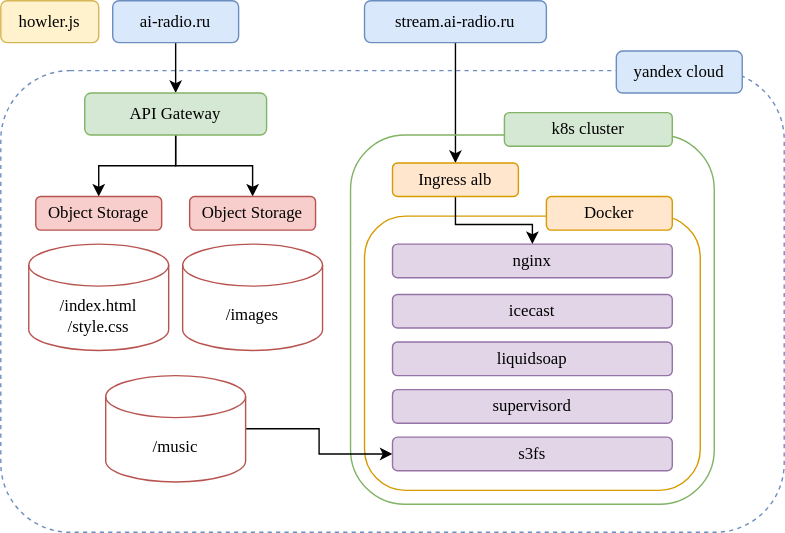
Above: docs/ai-radio.drawio.svg in valeter/ai-radio (draw.io), before the change. Source tidied: cells renumbered, new cells last; positions are measured from the earlier drawing's top-left corner, leaving out a move shared by most shapes.
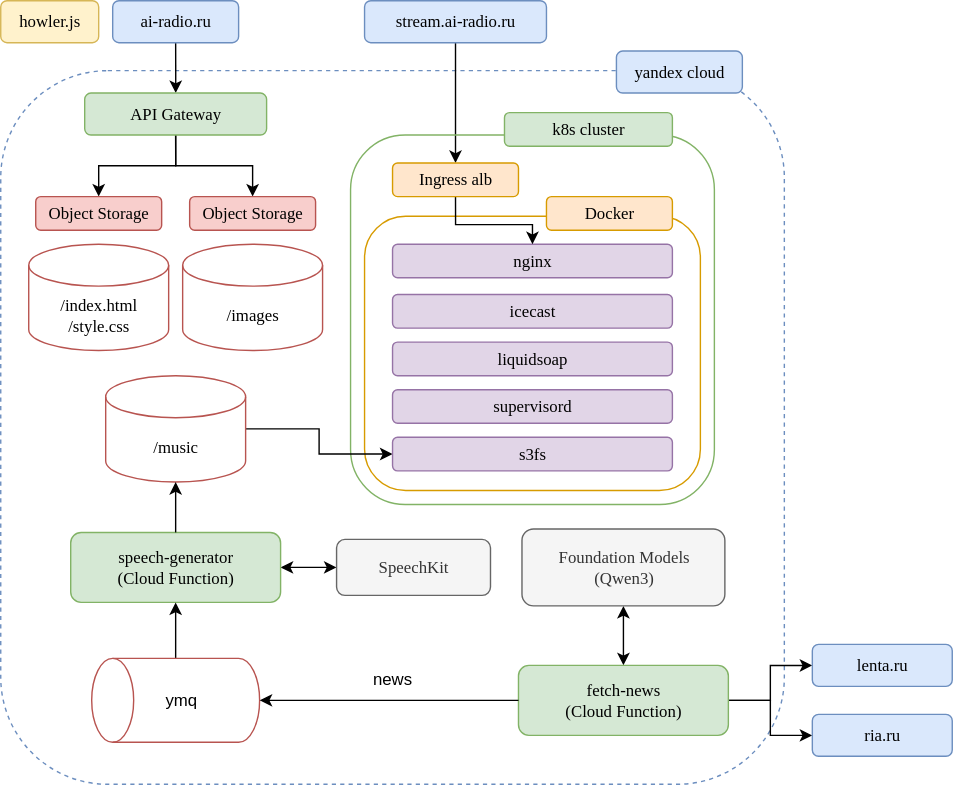
After the commit.

Change to the diagram source:
```diff
@@ -3,7 +3,7 @@
     <mxCell id="0" />
     <mxCell id="1" parent="0" />
     <mxCell id="2" style="rounded=1;whiteSpace=wrap;html=1;dashed=1;fillColor=none;strokeColor=#6c8ebf;" parent="1" vertex="1">
-      <mxGeometry y="50" width="560" height="330" as="geometry" />
+      <mxGeometry y="50" width="560" height="510" as="geometry" />
     </mxCell>
     <mxCell id="3" value="yandex cloud" style="text;html=1;align=center;verticalAlign=middle;whiteSpace=wrap;rounded=1;strokeColor=#6c8ebf;fillColor=#dae8fc;fontFamily=Verdana;" parent="1" vertex="1">
       <mxGeometry x="440" y="36" width="90" height="30" as="geometry" />
@@ -83,5 +83,53 @@
     <mxCell id="28" value="s3fs" style="text;html=1;align=center;verticalAlign=middle;whiteSpace=wrap;rounded=1;strokeColor=#9673a6;fillColor=#e1d5e7;fontFamily=Verdana;" parent="1" vertex="1">
       <mxGeometry x="280" y="312" width="200" height="24" as="geometry" />
     </mxCell>
+    <mxCell id="29" style="edgeStyle=orthogonalEdgeStyle;rounded=0;jettySize=auto;html=1;exitX=1;exitY=0.5;exitDx=0;exitDy=0;startArrow=classic;startFill=1;" parent="1" edge="1" source="30" target="35">
+      <mxGeometry relative="1" as="geometry" />
+    </mxCell>
+    <mxCell id="30" value="&lt;div&gt;speech-generator&lt;/div&gt;&lt;div&gt;(Cloud Function)&lt;/div&gt;" style="text;html=1;align=center;verticalAlign=middle;whiteSpace=wrap;rounded=1;strokeColor=#82b366;fillColor=#d5e8d4;fontFamily=Verdana;" parent="1" vertex="1">
+      <mxGeometry x="50" y="380" width="150" height="50" as="geometry" />
+    </mxCell>
+    <mxCell id="31" style="endArrow=classic;html=1;rounded=0;entryX=0.5;entryY=1;entryDx=0;entryDy=0;entryPerimeter=0;exitX=0.5;exitY=0;exitDx=0;exitDy=0;" parent="1" edge="1" source="30" target="27">
+      <mxGeometry relative="1" as="geometry" />
+    </mxCell>
+    <mxCell id="32" style="edgeStyle=orthogonalEdgeStyle;rounded=0;jettySize=auto;html=1;exitX=1;exitY=0.5;exitDx=0;exitDy=0;exitPerimeter=0;entryX=0.5;entryY=1;entryDx=0;entryDy=0;" parent="1" edge="1" source="33" target="30">
+      <mxGeometry relative="1" as="geometry" />
+    </mxCell>
+    <mxCell id="33" style="shape=cylinder3;whiteSpace=wrap;html=1;boundedLbl=1;backgroundOutline=1;size=15;fontFamily=Verdana;fillColor=none;strokeColor=#b85450;verticalAlign=middle;horizontal=1;rotation=-90;" parent="1" vertex="1">
+      <mxGeometry x="95" y="440" width="60" height="120" as="geometry" />
+    </mxCell>
+    <mxCell id="34" value="ymq" style="text;html=1;align=center;verticalAlign=middle;whiteSpace=wrap;rounded=0;" parent="1" vertex="1">
+      <mxGeometry x="99" y="485" width="60" height="30" as="geometry" />
+    </mxCell>
+    <mxCell id="35" value="SpeechKit" style="text;html=1;align=center;verticalAlign=middle;whiteSpace=wrap;rounded=1;strokeColor=#666666;fillColor=#f5f5f5;fontFamily=Verdana;fontColor=#333333;" parent="1" vertex="1">
+      <mxGeometry x="240" y="385" width="110" height="40" as="geometry" />
+    </mxCell>
+    <mxCell id="36" style="edgeStyle=orthogonalEdgeStyle;rounded=0;jettySize=auto;html=1;exitX=1;exitY=0.5;exitDx=0;exitDy=0;" parent="1" edge="1" source="39" target="40">
+      <mxGeometry relative="1" as="geometry" />
+    </mxCell>
+    <mxCell id="37" style="edgeStyle=orthogonalEdgeStyle;rounded=0;jettySize=auto;html=1;exitX=1;exitY=0.5;exitDx=0;exitDy=0;" parent="1" edge="1" source="39" target="41">
+      <mxGeometry relative="1" as="geometry" />
+    </mxCell>
+    <mxCell id="38" style="edgeStyle=orthogonalEdgeStyle;rounded=0;jettySize=auto;html=1;exitX=0.5;exitY=0;exitDx=0;exitDy=0;startArrow=classic;startFill=1;" parent="1" edge="1" source="39" target="42">
+      <mxGeometry relative="1" as="geometry" />
+    </mxCell>
+    <mxCell id="39" value="fetch-news&lt;div&gt;(Cloud Function)&lt;/div&gt;" style="text;html=1;align=center;verticalAlign=middle;whiteSpace=wrap;rounded=1;strokeColor=#82b366;fillColor=#d5e8d4;fontFamily=Verdana;" parent="1" vertex="1">
+      <mxGeometry x="370" y="475" width="150" height="50" as="geometry" />
+    </mxCell>
+    <mxCell id="40" value="lenta.ru" style="text;html=1;align=center;verticalAlign=middle;whiteSpace=wrap;rounded=1;strokeColor=#6c8ebf;fillColor=#dae8fc;fontFamily=Verdana;" parent="1" vertex="1">
+      <mxGeometry x="580" y="460" width="100" height="30" as="geometry" />
+    </mxCell>
+    <mxCell id="41" value="ria.ru" style="text;html=1;align=center;verticalAlign=middle;whiteSpace=wrap;rounded=1;strokeColor=#6c8ebf;fillColor=#dae8fc;fontFamily=Verdana;" parent="1" vertex="1">
+      <mxGeometry x="580" y="510" width="100" height="30" as="geometry" />
+    </mxCell>
+    <mxCell id="42" value="&lt;div&gt;Foundation Models&lt;/div&gt;&lt;div&gt;(Qwen3)&lt;/div&gt;" style="text;html=1;align=center;verticalAlign=middle;whiteSpace=wrap;rounded=1;strokeColor=#666666;fillColor=#f5f5f5;fontFamily=Verdana;fontColor=#333333;" parent="1" vertex="1">
+      <mxGeometry x="372.5" y="377.5" width="145" height="55" as="geometry" />
+    </mxCell>
+    <mxCell id="43" style="edgeStyle=orthogonalEdgeStyle;rounded=0;jettySize=auto;html=1;exitX=0;exitY=0.5;exitDx=0;exitDy=0;entryX=0.5;entryY=1;entryDx=0;entryDy=0;entryPerimeter=0;" parent="1" edge="1" source="39" target="33">
+      <mxGeometry relative="1" as="geometry" />
+    </mxCell>
+    <mxCell id="44" value="news" style="text;html=1;align=center;verticalAlign=middle;whiteSpace=wrap;rounded=0;" parent="1" vertex="1">
+      <mxGeometry x="250" y="470" width="60" height="30" as="geometry" />
+    </mxCell>
   </root>
 </mxGraphModel>
```
